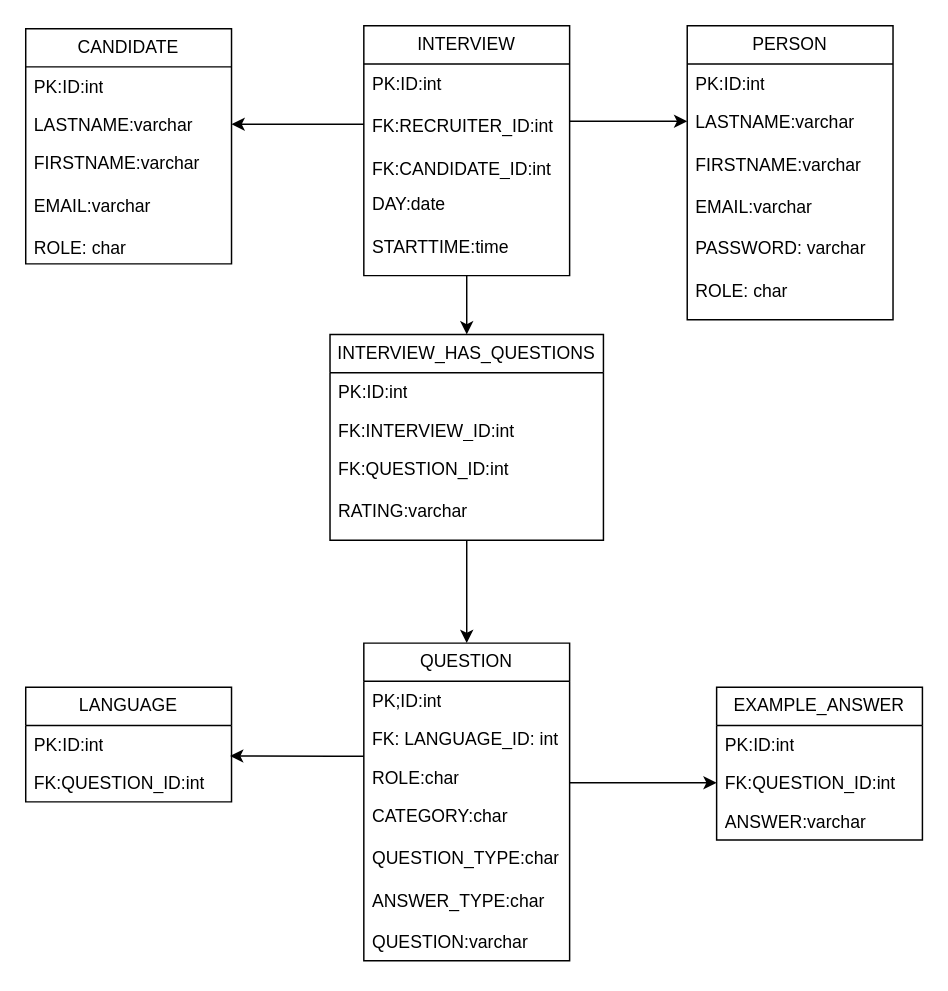
Earlier version of the draw.io diagram interview_tool_uml.drawio (sofieGeens-elmosExpert/interview_tool). Source tidied: cells renumbered, new cells numbered last; positions are measured from the earlier drawing's top-left corner, leaving out a move shared by most shapes. Both pictures are drawn from the tidied source at 147%, with x=0, y=0 at pixel (25, 25).
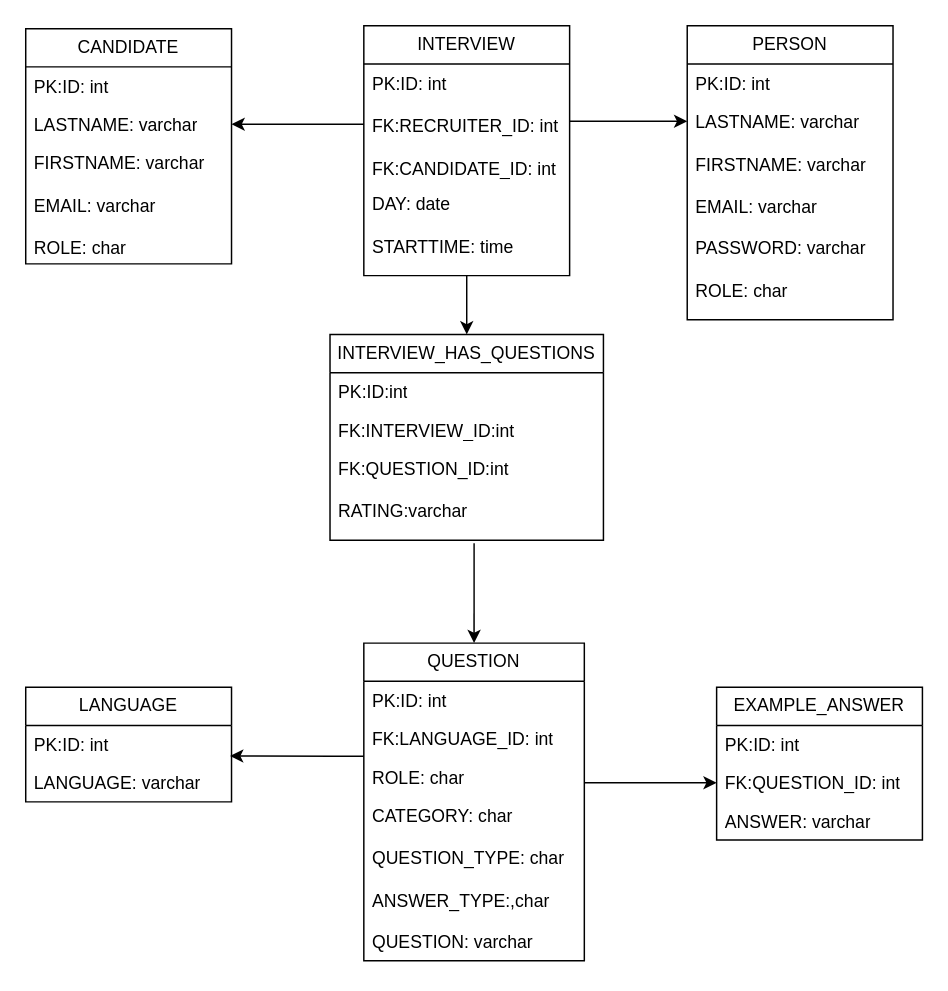
After the change.

Commit message (it also covers changes not shown here):
uml drawing

Unchanged cells that the change refers to:
```xml
<mxCell id="3" value="INTERVIEW" style="swimlane;fontStyle=0;horizontal=1;startSize=26;fillColor=none;whiteSpace=wrap;html=1;" parent="1" vertex="1">
  <mxGeometry x="230" width="140" height="170" as="geometry" />
</mxCell>
<mxCell id="6" value="PERSON" style="swimlane;fontStyle=0;horizontal=1;startSize=26;fillColor=none;whiteSpace=wrap;html=1;" parent="1" vertex="1">
  <mxGeometry x="450" width="140" height="200" as="geometry" />
</mxCell>
<mxCell id="11" value="INTERVIEW_HAS_QUESTIONS" style="swimlane;fontStyle=0;horizontal=1;startSize=26;fillColor=none;whiteSpace=wrap;html=1;" parent="1" vertex="1">
  <mxGeometry x="207" y="210" width="186" height="140" as="geometry" />
</mxCell>
<mxCell id="14" value="FK:QUESTION_ID:int&lt;br&gt;&lt;br&gt;RATING:varchar" style="text;strokeColor=none;fillColor=none;align=left;verticalAlign=top;spacingLeft=4;spacingRight=4;overflow=hidden;points=[[0,0.5],[1,0.5]];portConstraint=eastwest;whiteSpace=wrap;html=1;" parent="11" vertex="1">
  <mxGeometry y="78" width="186" height="62" as="geometry" />
</mxCell>
<mxCell id="21" value="EXAMPLE_ANSWER" style="swimlane;fontStyle=0;horizontal=1;startSize=26;fillColor=none;whiteSpace=wrap;html=1;" parent="1" vertex="1">
  <mxGeometry x="470" y="450" width="140" height="104" as="geometry" />
</mxCell>
<mxCell id="25" value="CANDIDATE" style="swimlane;fontStyle=0;horizontal=1;startSize=26;fillColor=none;whiteSpace=wrap;html=1;" parent="1" vertex="1">
  <mxGeometry y="2" width="140" height="160" as="geometry" />
</mxCell>
<mxCell id="30" value="LANGUAGE" style="swimlane;fontStyle=0;horizontal=1;startSize=26;fillColor=none;whiteSpace=wrap;html=1;" parent="1" vertex="1">
  <mxGeometry y="450" width="140" height="78" as="geometry" />
</mxCell>
```

The edit, as a diff of the source:
```diff
@@
-    <mxCell id="4" value="PK:ID:int&lt;br&gt;&lt;br&gt;FK:RECRUITER_ID:int&lt;br&gt;&lt;br&gt;FK:CANDIDATE_ID:int" style="text;strokeColor=none;fillColor=none;align=left;verticalAlign=top;spacingLeft=4;spacingRight=4;overflow=hidden;points=[[0,0.5],[1,0.5]];portConstraint=eastwest;whiteSpace=wrap;html=1;" parent="3" vertex="1">
+    <mxCell id="4" value="PK:ID: int&lt;br&gt;&lt;br&gt;FK:RECRUITER_ID: int&lt;br&gt;&lt;br&gt;FK:CANDIDATE_ID: int" style="text;strokeColor=none;fillColor=none;align=left;verticalAlign=top;spacingLeft=4;spacingRight=4;overflow=hidden;points=[[0,0.5],[1,0.5]];portConstraint=eastwest;whiteSpace=wrap;html=1;" parent="3" vertex="1">
       <mxGeometry y="26" width="140" height="82" as="geometry" />
     </mxCell>
-    <mxCell id="5" value="DAY:date&lt;br&gt;&lt;br&gt;STARTTIME:time&lt;br&gt;&lt;br&gt;" style="text;strokeColor=none;fillColor=none;align=left;verticalAlign=top;spacingLeft=4;spacingRight=4;overflow=hidden;whiteSpace=wrap;html=1;" parent="3" vertex="1">
+    <mxCell id="5" value="DAY: date&lt;br&gt;&lt;br&gt;STARTTIME: time&lt;br&gt;" style="text;strokeColor=none;fillColor=none;align=left;verticalAlign=top;spacingLeft=4;spacingRight=4;overflow=hidden;whiteSpace=wrap;html=1;" parent="3" vertex="1">
       <mxGeometry y="108" width="140" height="62" as="geometry" />
     </mxCell>
@@
-    <mxCell id="7" value="PK:ID:int" style="text;strokeColor=none;fillColor=none;align=left;verticalAlign=top;spacingLeft=4;spacingRight=4;overflow=hidden;whiteSpace=wrap;html=1;" parent="6" vertex="1">
+    <mxCell id="7" value="PK:ID: int" style="text;strokeColor=none;fillColor=none;align=left;verticalAlign=top;spacingLeft=4;spacingRight=4;overflow=hidden;whiteSpace=wrap;html=1;" parent="6" vertex="1">
       <mxGeometry y="26" width="140" height="26" as="geometry" />
     </mxCell>
-    <mxCell id="8" value="LASTNAME:varchar&lt;br&gt;&lt;br&gt;FIRSTNAME:varchar&lt;br&gt;&lt;br&gt;EMAIL:varchar&lt;br&gt;&lt;br&gt;PASSWORD: varchar&lt;br&gt;&lt;br&gt;ROLE: char" style="text;strokeColor=none;fillColor=none;align=left;verticalAlign=top;spacingLeft=4;spacingRight=4;overflow=hidden;whiteSpace=wrap;html=1;" parent="6" vertex="1">
+    <mxCell id="8" value="LASTNAME: varchar&lt;br&gt;&lt;br&gt;FIRSTNAME: varchar&lt;br&gt;&lt;br&gt;EMAIL: varchar&lt;br&gt;&lt;br&gt;PASSWORD: varchar&lt;br&gt;&lt;br&gt;ROLE: char" style="text;strokeColor=none;fillColor=none;align=left;verticalAlign=top;spacingLeft=4;spacingRight=4;overflow=hidden;whiteSpace=wrap;html=1;" parent="6" vertex="1">
       <mxGeometry y="52" width="140" height="148" as="geometry" />
     </mxCell>
@@
-    <mxCell id="10" style="edgeStyle=orthogonalEdgeStyle;rounded=0;jettySize=auto;html=1;entryX=0.5;entryY=0;entryDx=0;entryDy=0;" parent="1" edge="1" source="11" target="16">
-      <mxGeometry relative="1" as="geometry" />
-    </mxCell>
@@
     <mxCell id="16" value="QUESTION" style="swimlane;fontStyle=0;horizontal=1;startSize=26;fillColor=none;whiteSpace=wrap;html=1;" parent="1" vertex="1">
-      <mxGeometry x="230" y="420" width="140" height="216" as="geometry" />
+      <mxGeometry x="230" y="420" width="150" height="216" as="geometry" />
     </mxCell>
-    <mxCell id="17" value="PK;ID:int" style="text;strokeColor=none;fillColor=none;align=left;verticalAlign=top;spacingLeft=4;spacingRight=4;overflow=hidden;whiteSpace=wrap;html=1;" parent="16" vertex="1">
-      <mxGeometry y="26" width="140" height="26" as="geometry" />
+    <mxCell id="17" value="PK:ID: int" style="text;strokeColor=none;fillColor=none;align=left;verticalAlign=top;spacingLeft=4;spacingRight=4;overflow=hidden;whiteSpace=wrap;html=1;" parent="16" vertex="1">
+      <mxGeometry y="26" width="150" height="26" as="geometry" />
     </mxCell>
-    <mxCell id="18" value="FK: LANGUAGE_ID: int" style="text;strokeColor=none;fillColor=none;align=left;verticalAlign=top;spacingLeft=4;spacingRight=4;overflow=hidden;points=[[0,0.5],[1,0.5]];portConstraint=eastwest;whiteSpace=wrap;html=1;" parent="16" vertex="1">
-      <mxGeometry y="52" width="140" height="26" as="geometry" />
+    <mxCell id="18" value="FK:LANGUAGE_ID: int" style="text;strokeColor=none;fillColor=none;align=left;verticalAlign=top;spacingLeft=4;spacingRight=4;overflow=hidden;points=[[0,0.5],[1,0.5]];portConstraint=eastwest;whiteSpace=wrap;html=1;" parent="16" vertex="1">
+      <mxGeometry y="52" width="150" height="26" as="geometry" />
     </mxCell>
-    <mxCell id="19" value="ROLE:char" style="text;strokeColor=none;fillColor=none;align=left;verticalAlign=top;spacingLeft=4;spacingRight=4;overflow=hidden;whiteSpace=wrap;html=1;" parent="16" vertex="1">
-      <mxGeometry y="78" width="140" height="26" as="geometry" />
+    <mxCell id="19" value="ROLE: char" style="text;strokeColor=none;fillColor=none;align=left;verticalAlign=top;spacingLeft=4;spacingRight=4;overflow=hidden;whiteSpace=wrap;html=1;" parent="16" vertex="1">
+      <mxGeometry y="78" width="150" height="26" as="geometry" />
     </mxCell>
-    <mxCell id="20" value="CATEGORY:char&lt;br&gt;&lt;br&gt;QUESTION_TYPE:char&lt;br&gt;&lt;br&gt;ANSWER_TYPE:char&lt;br&gt;&lt;br&gt;QUESTION:varchar" style="text;strokeColor=none;fillColor=none;align=left;verticalAlign=top;spacingLeft=4;spacingRight=4;overflow=hidden;whiteSpace=wrap;html=1;" parent="16" vertex="1">
-      <mxGeometry y="104" width="140" height="112" as="geometry" />
+    <mxCell id="20" value="CATEGORY: char&lt;br&gt;&lt;br&gt;QUESTION_TYPE: char&lt;br&gt;&lt;br&gt;ANSWER_TYPE:,char&lt;br&gt;&lt;br&gt;QUESTION: varchar" style="text;strokeColor=none;fillColor=none;align=left;verticalAlign=top;spacingLeft=4;spacingRight=4;overflow=hidden;whiteSpace=wrap;html=1;" parent="16" vertex="1">
+      <mxGeometry y="104" width="150" height="112" as="geometry" />
     </mxCell>
@@
-    <mxCell id="22" value="PK:ID:int" style="text;strokeColor=none;fillColor=none;align=left;verticalAlign=top;spacingLeft=4;spacingRight=4;overflow=hidden;whiteSpace=wrap;html=1;" parent="21" vertex="1">
+    <mxCell id="22" value="PK:ID: int" style="text;strokeColor=none;fillColor=none;align=left;verticalAlign=top;spacingLeft=4;spacingRight=4;overflow=hidden;whiteSpace=wrap;html=1;" parent="21" vertex="1">
       <mxGeometry y="26" width="140" height="26" as="geometry" />
     </mxCell>
-    <mxCell id="23" value="FK:QUESTION_ID:int" style="text;strokeColor=none;fillColor=none;align=left;verticalAlign=top;spacingLeft=4;spacingRight=4;overflow=hidden;points=[[0,0.5],[1,0.5]];portConstraint=eastwest;whiteSpace=wrap;html=1;" parent="21" vertex="1">
+    <mxCell id="23" value="FK:QUESTION_ID: int" style="text;strokeColor=none;fillColor=none;align=left;verticalAlign=top;spacingLeft=4;spacingRight=4;overflow=hidden;points=[[0,0.5],[1,0.5]];portConstraint=eastwest;whiteSpace=wrap;html=1;" parent="21" vertex="1">
       <mxGeometry y="52" width="140" height="26" as="geometry" />
     </mxCell>
-    <mxCell id="24" value="ANSWER:varchar" style="text;strokeColor=none;fillColor=none;align=left;verticalAlign=top;spacingLeft=4;spacingRight=4;overflow=hidden;whiteSpace=wrap;html=1;" parent="21" vertex="1">
+    <mxCell id="24" value="ANSWER: varchar" style="text;strokeColor=none;fillColor=none;align=left;verticalAlign=top;spacingLeft=4;spacingRight=4;overflow=hidden;whiteSpace=wrap;html=1;" parent="21" vertex="1">
       <mxGeometry y="78" width="140" height="26" as="geometry" />
     </mxCell>
@@
-    <mxCell id="26" value="PK:ID:int" style="text;strokeColor=none;fillColor=none;align=left;verticalAlign=top;spacingLeft=4;spacingRight=4;overflow=hidden;whiteSpace=wrap;html=1;" parent="25" vertex="1">
+    <mxCell id="26" value="PK:ID: int" style="text;strokeColor=none;fillColor=none;align=left;verticalAlign=top;spacingLeft=4;spacingRight=4;overflow=hidden;whiteSpace=wrap;html=1;" parent="25" vertex="1">
       <mxGeometry y="26" width="140" height="26" as="geometry" />
     </mxCell>
-    <mxCell id="27" value="LASTNAME:varchar" style="text;strokeColor=none;fillColor=none;align=left;verticalAlign=top;spacingLeft=4;spacingRight=4;overflow=hidden;points=[[0,0.5],[1,0.5]];portConstraint=eastwest;whiteSpace=wrap;html=1;" parent="25" vertex="1">
+    <mxCell id="27" value="LASTNAME: varchar" style="text;strokeColor=none;fillColor=none;align=left;verticalAlign=top;spacingLeft=4;spacingRight=4;overflow=hidden;points=[[0,0.5],[1,0.5]];portConstraint=eastwest;whiteSpace=wrap;html=1;" parent="25" vertex="1">
       <mxGeometry y="52" width="140" height="26" as="geometry" />
     </mxCell>
-    <mxCell id="28" value="FIRSTNAME:varchar&lt;br&gt;&lt;br&gt;EMAIL:varchar&lt;br&gt;&lt;br&gt;ROLE: char" style="text;strokeColor=none;fillColor=none;align=left;verticalAlign=top;spacingLeft=4;spacingRight=4;overflow=hidden;whiteSpace=wrap;html=1;" parent="25" vertex="1">
+    <mxCell id="28" value="FIRSTNAME: varchar&lt;br&gt;&lt;br&gt;EMAIL: varchar&lt;br&gt;&lt;br&gt;ROLE: char" style="text;strokeColor=none;fillColor=none;align=left;verticalAlign=top;spacingLeft=4;spacingRight=4;overflow=hidden;whiteSpace=wrap;html=1;" parent="25" vertex="1">
       <mxGeometry y="78" width="140" height="82" as="geometry" />
     </mxCell>
@@
-    <mxCell id="31" value="PK:ID:int" style="text;strokeColor=none;fillColor=none;align=left;verticalAlign=top;spacingLeft=4;spacingRight=4;overflow=hidden;points=[[0,0.5],[1,0.5]];portConstraint=eastwest;whiteSpace=wrap;html=1;" parent="30" vertex="1">
+    <mxCell id="31" value="PK:ID: int" style="text;strokeColor=none;fillColor=none;align=left;verticalAlign=top;spacingLeft=4;spacingRight=4;overflow=hidden;points=[[0,0.5],[1,0.5]];portConstraint=eastwest;whiteSpace=wrap;html=1;" parent="30" vertex="1">
       <mxGeometry y="26" width="140" height="26" as="geometry" />
     </mxCell>
-    <mxCell id="32" value="FK:QUESTION_ID:int" style="text;strokeColor=none;fillColor=none;align=left;verticalAlign=top;spacingLeft=4;spacingRight=4;overflow=hidden;whiteSpace=wrap;html=1;" parent="30" vertex="1">
+    <mxCell id="32" value="LANGUAGE: varchar" style="text;strokeColor=none;fillColor=none;align=left;verticalAlign=top;spacingLeft=4;spacingRight=4;overflow=hidden;whiteSpace=wrap;html=1;" parent="30" vertex="1">
       <mxGeometry y="52" width="140" height="26" as="geometry" />
     </mxCell>
@@
+    <mxCell id="34" style="endArrow=classic;html=1;rounded=0;entryX=0.5;entryY=0;entryDx=0;entryDy=0;exitX=0.527;exitY=1.032;exitDx=0;exitDy=0;exitPerimeter=0;" parent="1" edge="1" source="14" target="16">
+      <mxGeometry relative="1" as="geometry" />
+    </mxCell>
```
